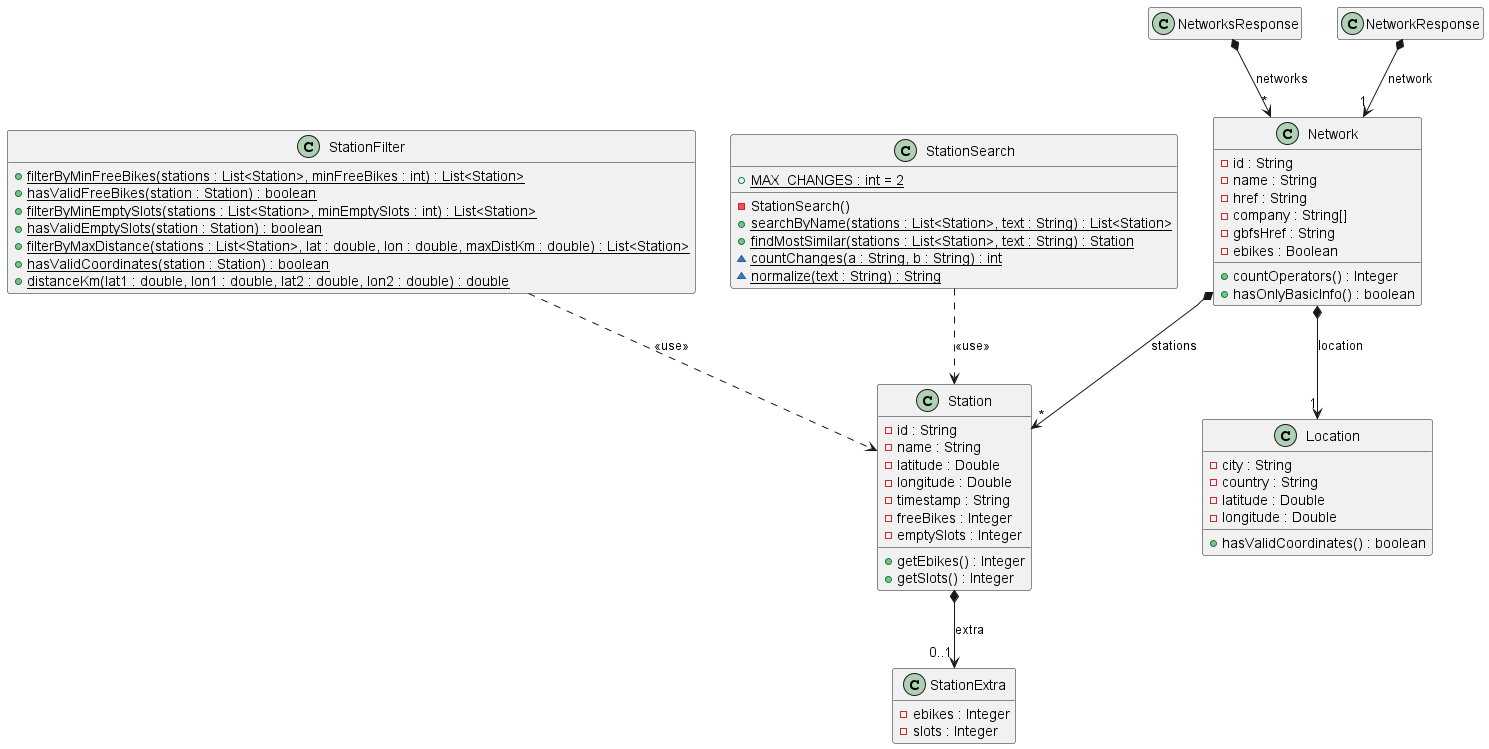
Above: Docs/Models/domain.png in isunican/App-Bicis-Grupo3 (PlantUML), before the change. Its diagram source:
```plantuml
@startuml domain
hide empty members


class Network {
    - id : String
    - name : String
    - href : String
    - company : String[]
    - gbfsHref : String
    - ebikes : Boolean
    + countOperators() : Integer
    + hasOnlyBasicInfo() : boolean
}

class Location {
    - city : String
    - country : String
    - latitude : Double
    - longitude : Double
    + hasValidCoordinates() : boolean
}

class NetworksResponse
class NetworkResponse

Network *--> "1" Location : location
NetworksResponse *--> "*" Network : networks
NetworkResponse *--> "1" Network : network


class Station {
    - id : String
    - name : String
    - latitude : Double
    - longitude : Double
    - timestamp : String
    - freeBikes : Integer
    - emptySlots : Integer
    + getEbikes() : Integer
    + getSlots() : Integer
}

class StationExtra {
    - ebikes : Integer
    - slots : Integer
}

class StationFilter {
    + {static} filterByMinFreeBikes(stations : List<Station>, minFreeBikes : int) : List<Station>
    + {static} hasValidFreeBikes(station : Station) : boolean
    + {static} filterByMinEmptySlots(stations : List<Station>, minEmptySlots : int) : List<Station>
    + {static} hasValidEmptySlots(station : Station) : boolean
    + {static} filterByMaxDistance(stations : List<Station>, lat : double, lon : double, maxDistKm : double) : List<Station>
    + {static} hasValidCoordinates(station : Station) : boolean
    + {static} distanceKm(lat1 : double, lon1 : double, lat2 : double, lon2 : double) : double
}

class StationSearch {
    + {static} MAX_CHANGES : int = 2
    - StationSearch()
    + {static} searchByName(stations : List<Station>, text : String) : List<Station>
    + {static} findMostSimilar(stations : List<Station>, text : String) : Station
    ~ {static} countChanges(a : String, b : String) : int
    ~ {static} normalize(text : String) : String
}

Network *--> "*" Station : stations
Station *--> "0..1" StationExtra : extra
StationFilter ..> Station : <<use>>
StationSearch ..> Station : <<use>>

@enduml
```
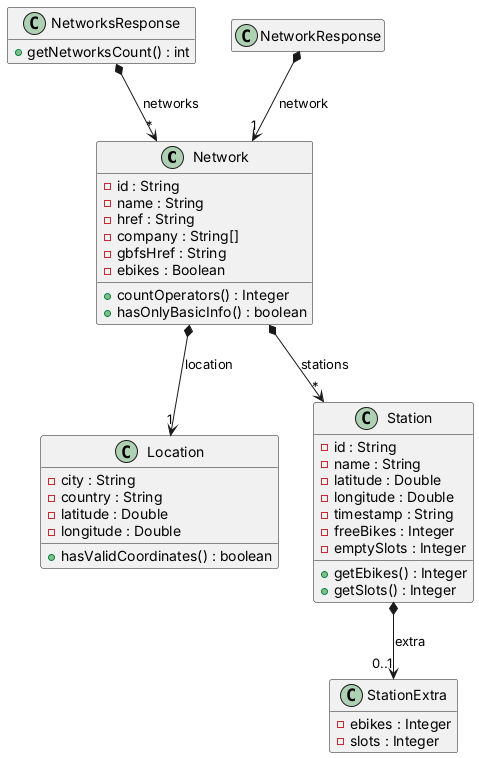
After the change.

Commit message:
US532301 Quitar las clases de utilidad del diagrama de dominio (978625)

What changed in the source:
```diff
@@ -21,7 +21,9 @@
     + hasValidCoordinates() : boolean
 }
 
-class NetworksResponse
+class NetworksResponse {
+    + getNetworksCount() : int
+}
 class NetworkResponse
 
 Network *--> "1" Location : location
@@ -46,28 +48,7 @@
     - slots : Integer
 }
 
-class StationFilter {
-    + {static} filterByMinFreeBikes(stations : List<Station>, minFreeBikes : int) : List<Station>
-    + {static} hasValidFreeBikes(station : Station) : boolean
-    + {static} filterByMinEmptySlots(stations : List<Station>, minEmptySlots : int) : List<Station>
-    + {static} hasValidEmptySlots(station : Station) : boolean
-    + {static} filterByMaxDistance(stations : List<Station>, lat : double, lon : double, maxDistKm : double) : List<Station>
-    + {static} hasValidCoordinates(station : Station) : boolean
-    + {static} distanceKm(lat1 : double, lon1 : double, lat2 : double, lon2 : double) : double
-}
-
-class StationSearch {
-    + {static} MAX_CHANGES : int = 2
-    - StationSearch()
-    + {static} searchByName(stations : List<Station>, text : String) : List<Station>
-    + {static} findMostSimilar(stations : List<Station>, text : String) : Station
-    ~ {static} countChanges(a : String, b : String) : int
-    ~ {static} normalize(text : String) : String
-}
-
 Network *--> "*" Station : stations
 Station *--> "0..1" StationExtra : extra
-StationFilter ..> Station : <<use>>
-StationSearch ..> Station : <<use>>
 
 @enduml
```
